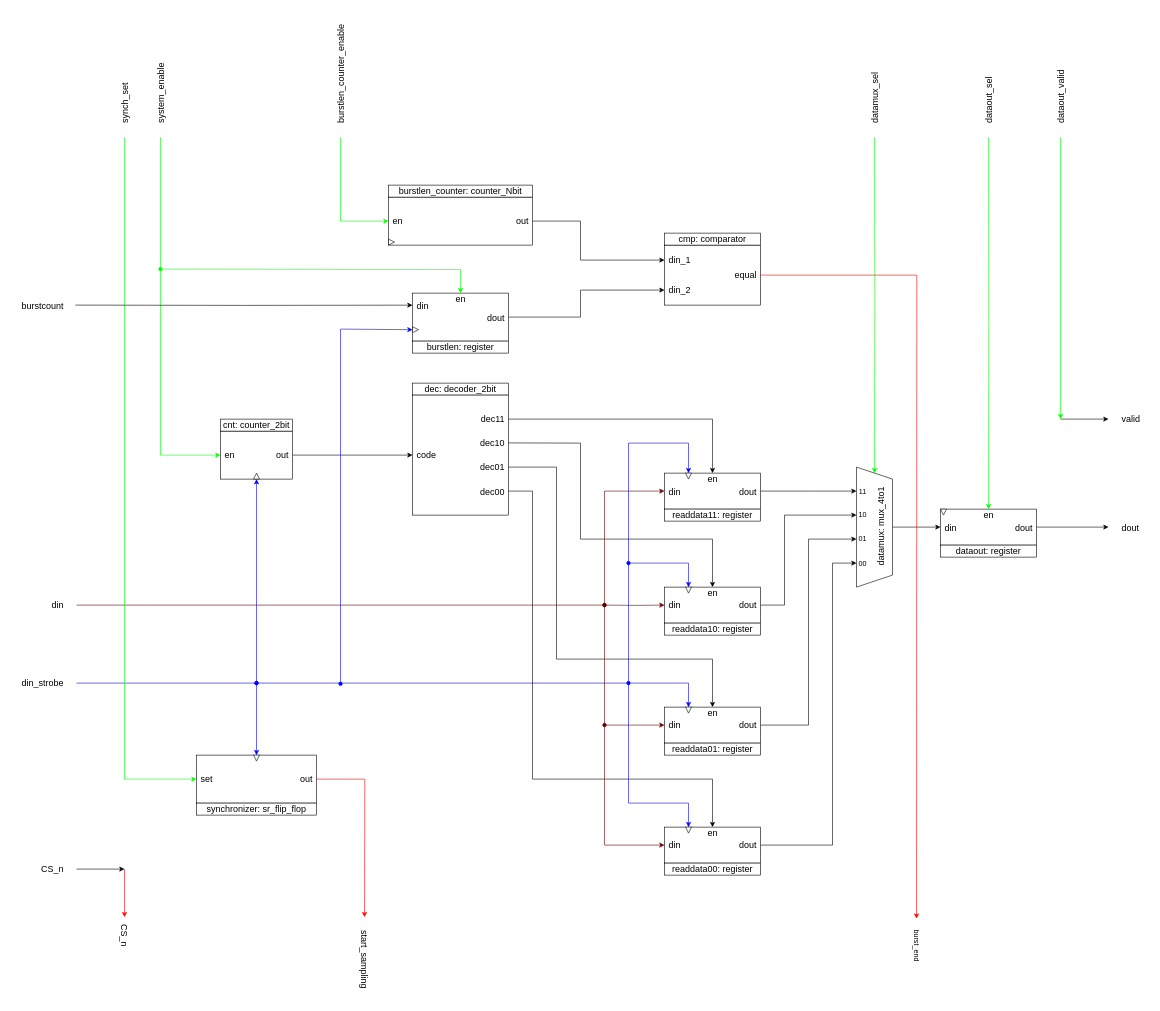
The draw.io diagram page "synchronizer: RTL" (4 of 4) of IP_cores/AvalonMM_to_hRAM/SSRAM_to_hRAM_v1/rtl/SSRAM_to_hRAM.drawio in AndreaBononi/IP_cores, before the edit. Source tidied: cells renumbered, new cells numbered last; positions are measured from the earlier drawing's top-left corner, leaving out a move shared by most shapes. Both pictures are drawn from the tidied source at 60%, with x=0, y=0 at pixel (10, 58).
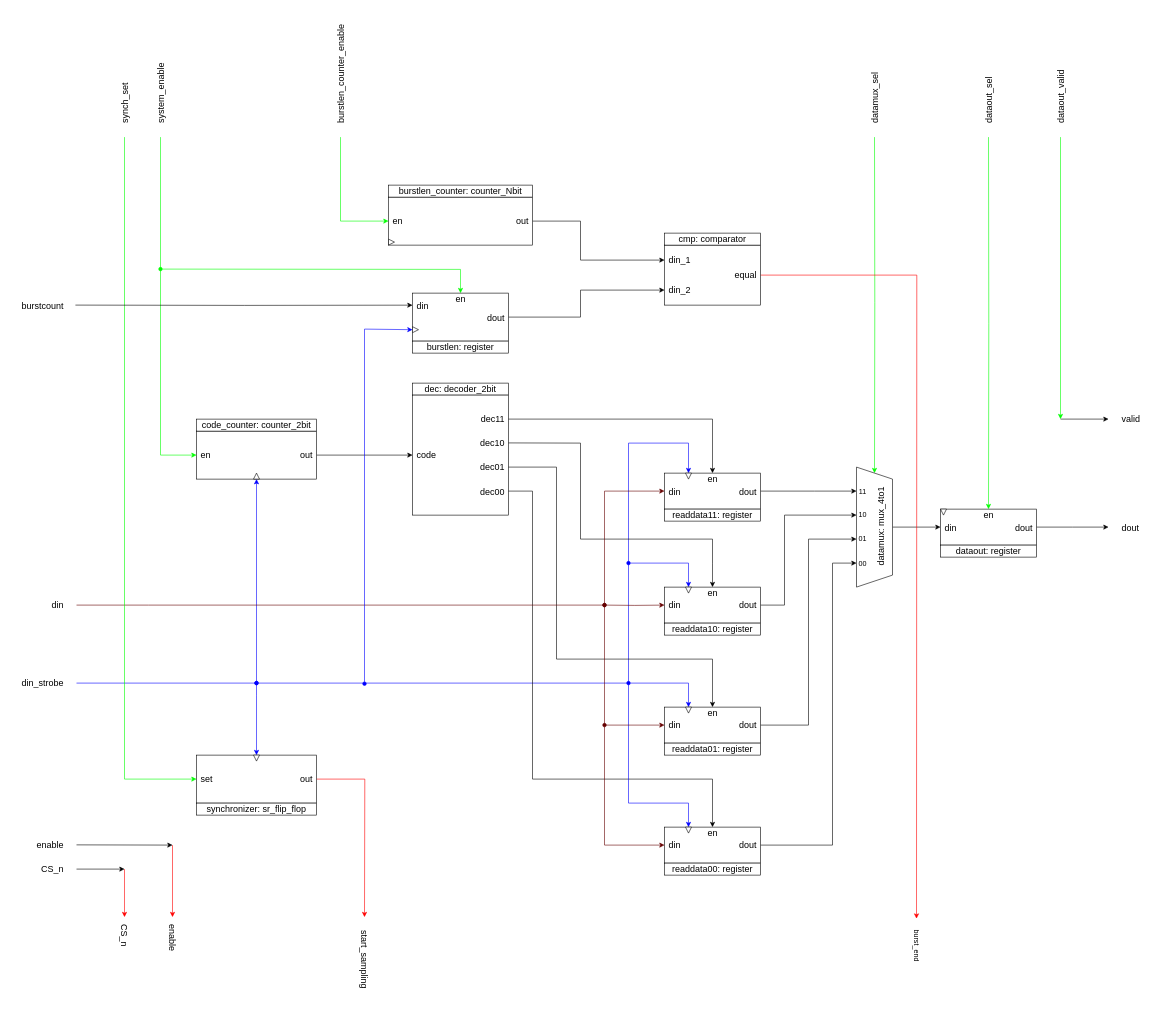
After the change.

Unchanged cells that the change refers to:
```xml
<mxCell id="106" style="triangle;whiteSpace=wrap;html=1;direction=east;fontSize=15;" parent="1" vertex="1">
  <mxGeometry x="670" y="447" width="10" height="10" as="geometry" />
</mxCell>
```

The edit, as a diff of the source:
```diff
@@
     <mxCell id="3" style="rounded=0;whiteSpace=wrap;html=1;" parent="1" vertex="1">
-      <mxGeometry x="350" y="621" width="120" height="80" as="geometry" />
+      <mxGeometry x="310" y="621" width="200" height="80" as="geometry" />
     </mxCell>
-    <mxCell id="4" value="&lt;font style=&quot;font-size: 15px;&quot;&gt;cnt: counter_2bit&lt;/font&gt;" style="rounded=0;whiteSpace=wrap;html=1;" parent="1" vertex="1">
-      <mxGeometry x="350" y="601" width="120" height="20" as="geometry" />
+    <mxCell id="4" value="&lt;font style=&quot;font-size: 15px;&quot;&gt;code_&lt;font style=&quot;font-size: 15px;&quot;&gt;counter: counter_2bit&lt;/font&gt;&lt;/font&gt;" style="rounded=0;whiteSpace=wrap;html=1;" parent="1" vertex="1">
+      <mxGeometry x="310" y="601" width="200" height="20" as="geometry" />
     </mxCell>
     <mxCell id="5" value="&lt;div&gt;&lt;font style=&quot;font-size: 15px;&quot;&gt;en&lt;/font&gt;&lt;/div&gt;" style="text;html=1;align=left;verticalAlign=middle;strokeColor=none;fillColor=none;" parent="1" vertex="1">
-      <mxGeometry x="355" y="646" width="40" height="30" as="geometry" />
+      <mxGeometry x="315" y="646" width="40" height="30" as="geometry" />
     </mxCell>
@@
     <mxCell id="7" value="&lt;font style=&quot;font-size: 15px;&quot;&gt;out&lt;/font&gt;" style="text;html=1;align=right;verticalAlign=middle;strokeColor=none;fillColor=none;" parent="1" vertex="1">
-      <mxGeometry x="425" y="646" width="40" height="30" as="geometry" />
+      <mxGeometry x="465" y="646" width="40" height="30" as="geometry" />
     </mxCell>
@@
     <mxCell id="105" style="edgeStyle=orthogonalEdgeStyle;rounded=0;jettySize=auto;html=1;entryX=0;entryY=0.5;entryDx=0;entryDy=0;startArrow=oval;startFill=1;strokeColor=#0000FF;" parent="1" edge="1" target="106">
       <mxGeometry relative="1" as="geometry">
-        <mxPoint x="550" y="1042.2" as="sourcePoint" />
+        <mxPoint x="590" y="1042" as="sourcePoint" />
         <Array as="points">
-          <mxPoint x="550" y="451" />
+          <mxPoint x="590" y="451" />
           <mxPoint x="670" y="451" />
         </Array>
       </mxGeometry>
     </mxCell>
@@
+    <mxCell id="123" style="endArrow=classic;html=1;rounded=0;" parent="1" edge="1">
+      <mxGeometry relative="1" as="geometry">
+        <mxPoint x="110" y="1310.6" as="sourcePoint" />
+        <mxPoint x="270" y="1311" as="targetPoint" />
+      </mxGeometry>
+    </mxCell>
+    <mxCell id="124" style="endArrow=classic;html=1;rounded=0;strokeColor=#FF0000;" parent="1" edge="1">
+      <mxGeometry relative="1" as="geometry">
+        <mxPoint x="270" y="1311" as="sourcePoint" />
+        <mxPoint x="270" y="1431" as="targetPoint" />
+      </mxGeometry>
+    </mxCell>
+    <mxCell id="125" value="&lt;font style=&quot;font-size: 15px;&quot;&gt;enable&lt;/font&gt;" style="text;html=1;align=left;verticalAlign=middle;strokeColor=none;fillColor=none;rotation=90;" parent="1" vertex="1">
+      <mxGeometry x="235" y="1461" width="70" height="30" as="geometry" />
+    </mxCell>
+    <mxCell id="126" value="&lt;font style=&quot;font-size: 15px;&quot;&gt;enable&lt;/font&gt;" style="text;html=1;align=right;verticalAlign=middle;strokeColor=none;fillColor=none;" parent="1" vertex="1">
+      <mxGeometry x="20" y="1296" width="70" height="30" as="geometry" />
+    </mxCell>
```
